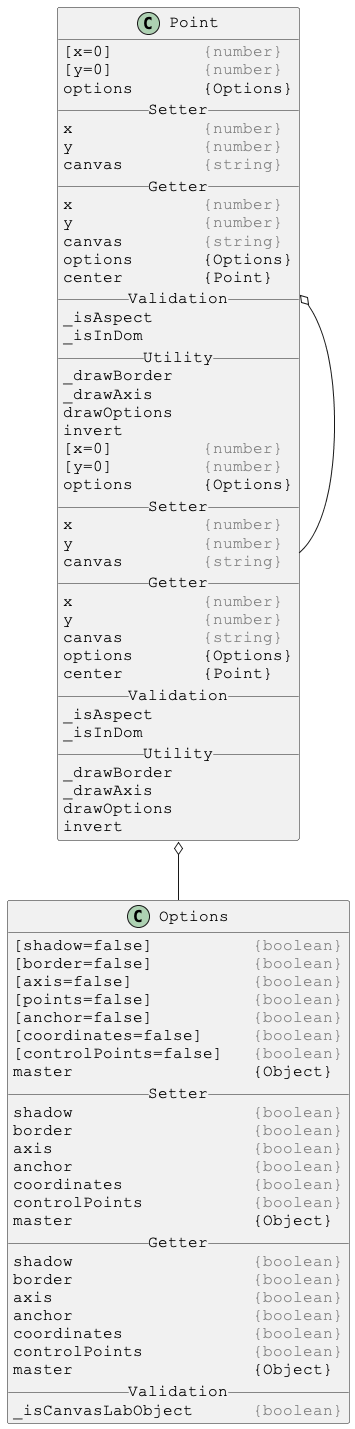
This is docs/PlantUml/images/linked/Point-linked.png from Justin-Byrne/canvasLab, a PlantUML export, as it was before one commit. The source it was exported from:
```plantuml
@startuml

skinparam DefaultFontSize 16
skinparam DefaultFontName Courier New

class Point {
[x=0]         <color:gray>{number}</color>
[y=0]         <color:gray>{number}</color>
options       {Options}
__ Setter __
x             <color:gray>{number}</color>
y             <color:gray>{number}</color>
canvas        <color:gray>{string}</color>
__ Getter __
x             <color:gray>{number}</color>
y             <color:gray>{number}</color>
canvas        <color:gray>{string}</color>
options       {Options}
center        {Point}
__ Validation __
_isAspect
_isInDom
__ Utility __
_drawBorder
_drawAxis
drawOptions
invert
}

Point o-- Options
Point o-- Point



skinparam DefaultFontSize 16
skinparam DefaultFontName Courier New

class Options {
[shadow=false]          <color:gray>{boolean}</color>
[border=false]          <color:gray>{boolean}</color>
[axis=false]            <color:gray>{boolean}</color>
[points=false]          <color:gray>{boolean}</color>
[anchor=false]          <color:gray>{boolean}</color>
[coordinates=false]     <color:gray>{boolean}</color>
[controlPoints=false]   <color:gray>{boolean}</color>
master                  {Object}
__ Setter __
shadow                  <color:gray>{boolean}</color>
border                  <color:gray>{boolean}</color>
axis                    <color:gray>{boolean}</color>
anchor                  <color:gray>{boolean}</color>
coordinates             <color:gray>{boolean}</color>
controlPoints           <color:gray>{boolean}</color>
master                  {Object}
__ Getter __
shadow                  <color:gray>{boolean}</color>
border                  <color:gray>{boolean}</color>
axis                    <color:gray>{boolean}</color>
anchor                  <color:gray>{boolean}</color>
coordinates             <color:gray>{boolean}</color>
controlPoints           <color:gray>{boolean}</color>
master                  {Object}
__ Validation __
_isCanvasLabObject      <color:gray>{boolean}</color>
}



skinparam DefaultFontSize 16
skinparam DefaultFontName Courier New

class Point {
[x=0]         <color:gray>{number}</color>
[y=0]         <color:gray>{number}</color>
options       {Options}
__ Setter __
x             <color:gray>{number}</color>
y             <color:gray>{number}</color>
canvas        <color:gray>{string}</color>
__ Getter __
x             <color:gray>{number}</color>
y             <color:gray>{number}</color>
canvas        <color:gray>{string}</color>
options       {Options}
center        {Point}
__ Validation __
_isAspect
_isInDom
__ Utility __
_drawBorder
_drawAxis
drawOptions
invert
}

@enduml
```
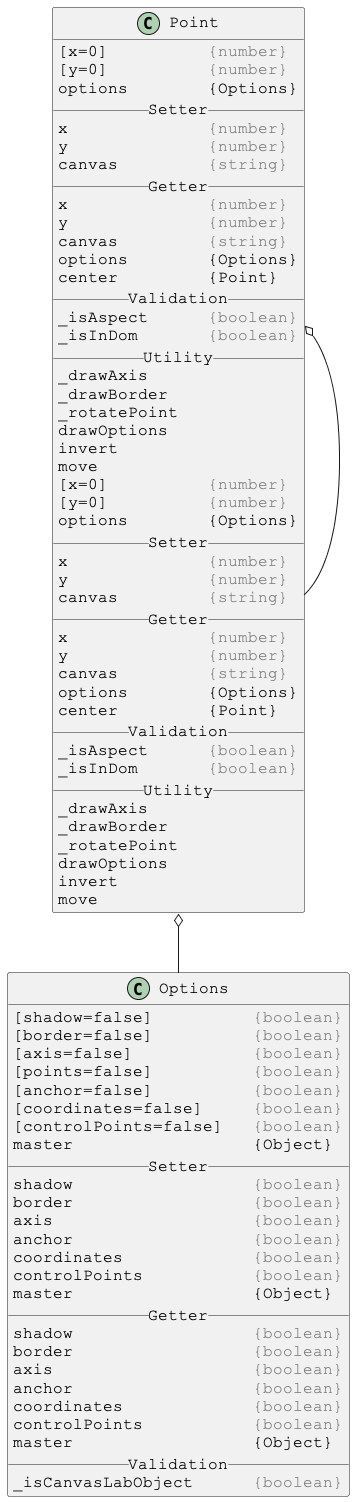
After the change.

Change to the diagram source:
```diff
@@ -4,27 +4,29 @@
 skinparam DefaultFontName Courier New
 
 class Point {
-[x=0]         <color:gray>{number}</color>
-[y=0]         <color:gray>{number}</color>
-options       {Options}
+[x=0]          <color:gray>{number}</color>
+[y=0]          <color:gray>{number}</color>
+options        {Options}
 __ Setter __
-x             <color:gray>{number}</color>
-y             <color:gray>{number}</color>
-canvas        <color:gray>{string}</color>
+x              <color:gray>{number}</color>
+y              <color:gray>{number}</color>
+canvas         <color:gray>{string}</color>
 __ Getter __
-x             <color:gray>{number}</color>
-y             <color:gray>{number}</color>
-canvas        <color:gray>{string}</color>
-options       {Options}
-center        {Point}
+x              <color:gray>{number}</color>
+y              <color:gray>{number}</color>
+canvas         <color:gray>{string}</color>
+options        {Options}
+center         {Point}
 __ Validation __
-_isAspect
-_isInDom
+_isAspect      <color:gray>{boolean}</color>
+_isInDom       <color:gray>{boolean}</color>
 __ Utility __
+_drawAxis
 _drawBorder
-_drawAxis
+_rotatePoint
 drawOptions
 invert
+move
 }
 
 Point o-- Options
@@ -70,27 +72,29 @@
 skinparam DefaultFontName Courier New
 
 class Point {
-[x=0]         <color:gray>{number}</color>
-[y=0]         <color:gray>{number}</color>
-options       {Options}
+[x=0]          <color:gray>{number}</color>
+[y=0]          <color:gray>{number}</color>
+options        {Options}
 __ Setter __
-x             <color:gray>{number}</color>
-y             <color:gray>{number}</color>
-canvas        <color:gray>{string}</color>
+x              <color:gray>{number}</color>
+y              <color:gray>{number}</color>
+canvas         <color:gray>{string}</color>
 __ Getter __
-x             <color:gray>{number}</color>
-y             <color:gray>{number}</color>
-canvas        <color:gray>{string}</color>
-options       {Options}
-center        {Point}
+x              <color:gray>{number}</color>
+y              <color:gray>{number}</color>
+canvas         <color:gray>{string}</color>
+options        {Options}
+center         {Point}
 __ Validation __
-_isAspect
-_isInDom
+_isAspect      <color:gray>{boolean}</color>
+_isInDom       <color:gray>{boolean}</color>
 __ Utility __
+_drawAxis
 _drawBorder
-_drawAxis
+_rotatePoint
 drawOptions
 invert
+move
 }
 
 @enduml
```
